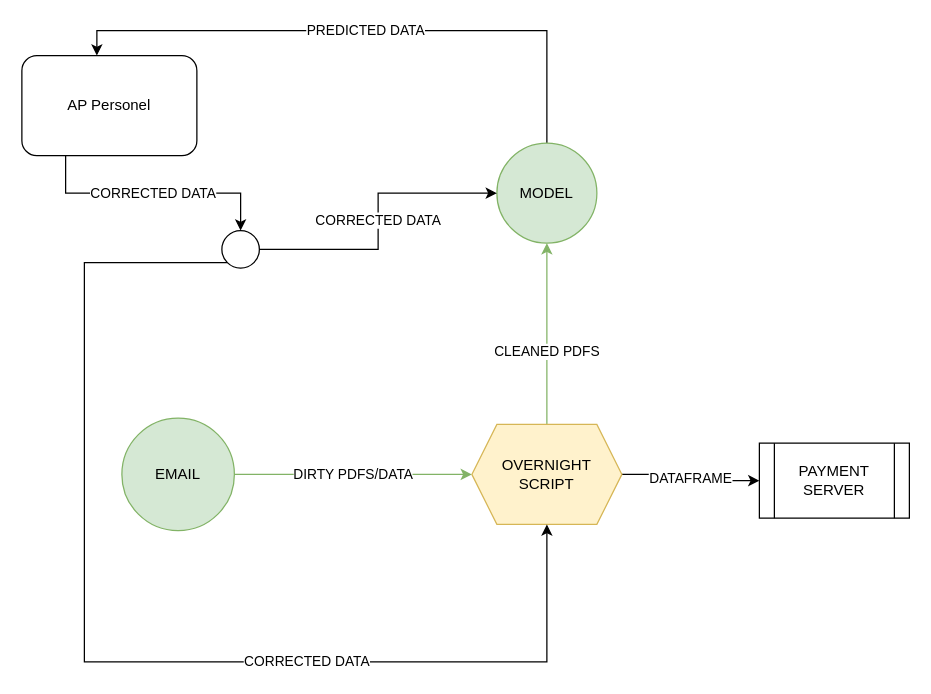
Earlier version of the draw.io diagram diagram.drawio (gwwalkerGuard/InvoiceNet). Source tidied: cells renumbered, new cells numbered last; positions are measured from the earlier drawing's top-left corner, leaving out a move shared by most shapes. Both pictures are drawn from the tidied source at 125%, with x=0, y=0 at pixel (21, 30).
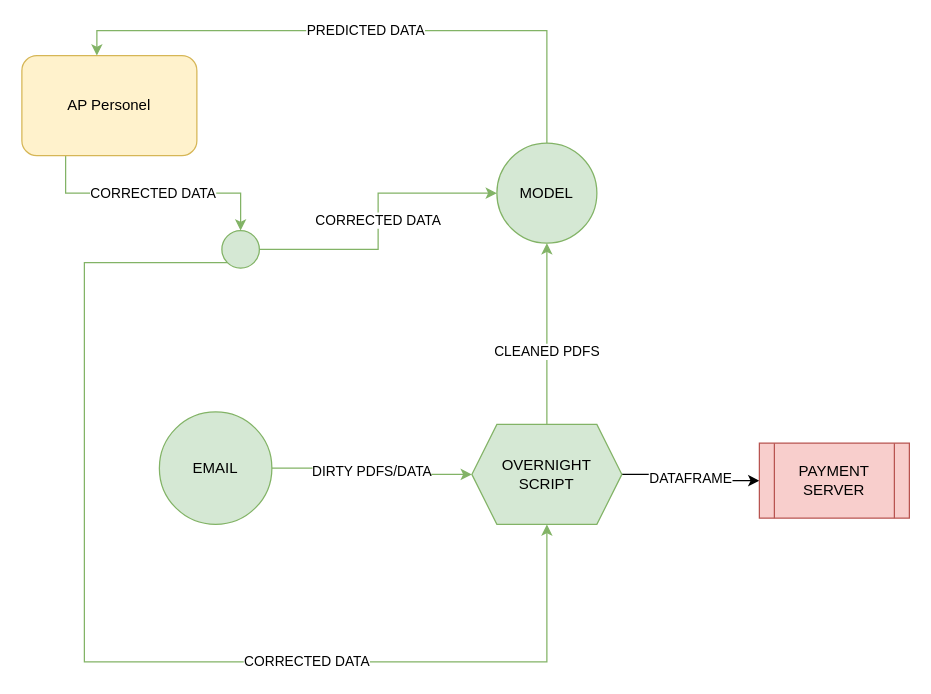
The same page after the edit.

Unchanged cells that the change refers to:
```xml
<mxCell id="5" value="MODEL" style="ellipse;whiteSpace=wrap;html=1;fillColor=#d5e8d4;strokeColor=#82b366;" parent="1" vertex="1">
  <mxGeometry x="380" y="90" width="80" height="80" as="geometry" />
</mxCell>
```

The edit, as a diff of the source:
```diff
@@
-    <mxCell id="2" value="CORRECTED DATA" style="edgeStyle=orthogonalEdgeStyle;rounded=0;jettySize=auto;html=1;exitX=0.25;exitY=1;exitDx=0;exitDy=0;strokeColor=default;entryX=0.5;entryY=0;entryDx=0;entryDy=0;" parent="1" edge="1" source="3" target="13">
+    <mxCell id="2" value="CORRECTED DATA" style="edgeStyle=orthogonalEdgeStyle;rounded=0;jettySize=auto;html=1;exitX=0.25;exitY=1;exitDx=0;exitDy=0;strokeColor=#82b366;entryX=0.5;entryY=0;entryDx=0;entryDy=0;fillColor=#d5e8d4;" parent="1" edge="1" source="3" target="13">
       <mxGeometry relative="1" as="geometry" />
     </mxCell>
-    <mxCell id="3" value="AP Personel" style="rounded=1;whiteSpace=wrap;html=1;fontSize=12;glass=0;strokeWidth=1;shadow=0;" parent="1" vertex="1">
+    <mxCell id="3" value="AP Personel" style="rounded=1;whiteSpace=wrap;html=1;fontSize=12;glass=0;strokeWidth=1;shadow=0;fillColor=#fff2cc;strokeColor=#d6b656;" parent="1" vertex="1">
       <mxGeometry y="20" width="140" height="80" as="geometry" />
     </mxCell>
-    <mxCell id="4" value="PREDICTED DATA" style="edgeStyle=orthogonalEdgeStyle;rounded=0;jettySize=auto;html=1;exitX=0.5;exitY=0;exitDx=0;exitDy=0;" parent="1" edge="1" source="5">
+    <mxCell id="4" value="PREDICTED DATA" style="edgeStyle=orthogonalEdgeStyle;rounded=0;jettySize=auto;html=1;exitX=0.5;exitY=0;exitDx=0;exitDy=0;fillColor=#d5e8d4;strokeColor=#82b366;" parent="1" edge="1" source="5">
       <mxGeometry relative="1" as="geometry">
         <mxPoint x="60" y="20" as="targetPoint" />
         <Array as="points">
           <mxPoint x="354" />
           <mxPoint x="60" />
           <mxPoint x="60" y="20" />
         </Array>
       </mxGeometry>
     </mxCell>
@@
     <mxCell id="7" value="EMAIL" style="ellipse;whiteSpace=wrap;html=1;fillColor=#d5e8d4;strokeColor=#82b366;" parent="1" vertex="1">
-      <mxGeometry x="80" y="310" width="90" height="90" as="geometry" />
+      <mxGeometry x="110" y="305" width="90" height="90" as="geometry" />
     </mxCell>
@@
-    <mxCell id="10" value="OVERNIGHT SCRIPT" style="shape=hexagon;perimeter=hexagonPerimeter2;whiteSpace=wrap;html=1;fixedSize=1;fillColor=#fff2cc;strokeColor=#d6b656;" parent="1" vertex="1">
+    <mxCell id="10" value="OVERNIGHT SCRIPT" style="shape=hexagon;perimeter=hexagonPerimeter2;whiteSpace=wrap;html=1;fixedSize=1;fillColor=#d5e8d4;strokeColor=#82b366;" parent="1" vertex="1">
       <mxGeometry x="360" y="315" width="120" height="80" as="geometry" />
     </mxCell>
-    <mxCell id="11" value="CORRECTED DATA" style="edgeStyle=orthogonalEdgeStyle;rounded=0;jettySize=auto;html=1;exitX=1;exitY=0.5;exitDx=0;exitDy=0;entryX=0;entryY=0.5;entryDx=0;entryDy=0;strokeColor=default;" parent="1" edge="1" source="13" target="5">
+    <mxCell id="11" value="CORRECTED DATA" style="edgeStyle=orthogonalEdgeStyle;rounded=0;jettySize=auto;html=1;exitX=1;exitY=0.5;exitDx=0;exitDy=0;entryX=0;entryY=0.5;entryDx=0;entryDy=0;strokeColor=#82b366;fillColor=#d5e8d4;" parent="1" edge="1" source="13" target="5">
       <mxGeometry relative="1" as="geometry" />
     </mxCell>
-    <mxCell id="12" value="CORRECTED DATA" style="edgeStyle=orthogonalEdgeStyle;rounded=0;jettySize=auto;html=1;exitX=0;exitY=1;exitDx=0;exitDy=0;entryX=0.5;entryY=1;entryDx=0;entryDy=0;strokeColor=default;" parent="1" edge="1" source="13" target="10">
+    <mxCell id="12" value="CORRECTED DATA" style="edgeStyle=orthogonalEdgeStyle;rounded=0;jettySize=auto;html=1;exitX=0;exitY=1;exitDx=0;exitDy=0;entryX=0.5;entryY=1;entryDx=0;entryDy=0;strokeColor=#82b366;fillColor=#d5e8d4;" parent="1" edge="1" source="13" target="10">
       <mxGeometry x="0.34" relative="1" as="geometry">
         <Array as="points">
           <mxPoint x="50" y="186" />
           <mxPoint x="50" y="505" />
           <mxPoint x="420" y="505" />
         </Array>
       </mxGeometry>
     </mxCell>
-    <mxCell id="13" style="ellipse;whiteSpace=wrap;html=1;" parent="1" vertex="1">
+    <mxCell id="13" style="ellipse;whiteSpace=wrap;html=1;fillColor=#d5e8d4;strokeColor=#82b366;" parent="1" vertex="1">
       <mxGeometry x="160" y="160" width="30" height="30" as="geometry" />
     </mxCell>
-    <mxCell id="14" value="PAYMENT SERVER" style="shape=process;whiteSpace=wrap;html=1;backgroundOutline=1;" parent="1" vertex="1">
+    <mxCell id="14" value="PAYMENT SERVER" style="shape=process;whiteSpace=wrap;html=1;backgroundOutline=1;fillColor=#f8cecc;strokeColor=#b85450;" parent="1" vertex="1">
       <mxGeometry x="590" y="330" width="120" height="60" as="geometry" />
     </mxCell>
```
